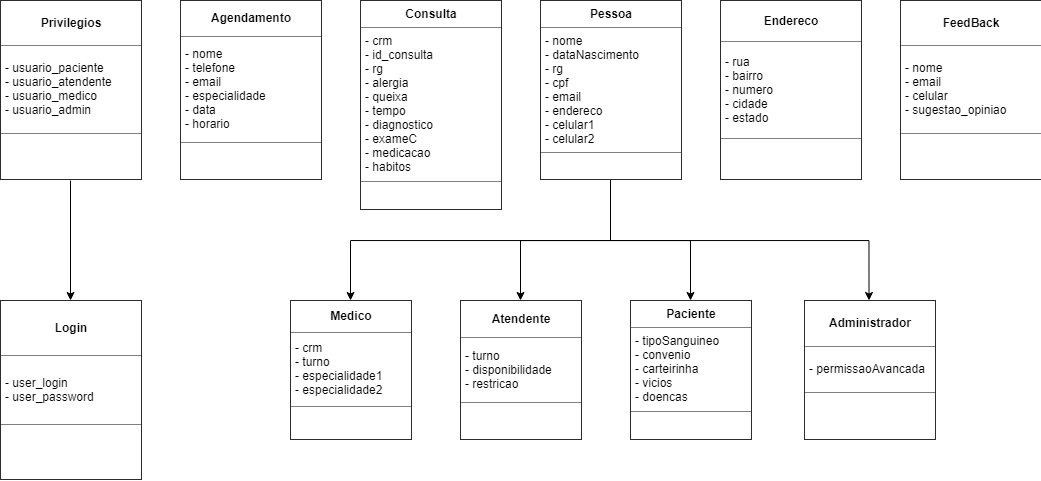
Above: Documentos/UML de Classes/Diagrama_Classes_UML.png in GabrielNogueiraBR/ClinCode-Sistema-para-Clinicas (draw.io), before the change. Source tidied: cells renumbered, new cells last; positions are measured from the earlier drawing's top-left corner, leaving out a move shared by most shapes. The source it was exported from:
```xml
<mxGraphModel>
  <root>
    <mxCell id="0" />
    <mxCell id="1" parent="0" />
    <mxCell id="2" style="edgeStyle=orthogonalEdgeStyle;rounded=0;jettySize=auto;html=1;exitX=0.5;exitY=1;exitDx=0;exitDy=0;entryX=0.5;entryY=0;entryDx=0;entryDy=0;" parent="1" edge="1" source="6" target="8">
      <mxGeometry relative="1" as="geometry" />
    </mxCell>
    <mxCell id="3" style="edgeStyle=orthogonalEdgeStyle;rounded=0;jettySize=auto;html=1;exitX=0.5;exitY=1;exitDx=0;exitDy=0;entryX=0.5;entryY=0;entryDx=0;entryDy=0;" parent="1" edge="1" source="6" target="7">
      <mxGeometry relative="1" as="geometry" />
    </mxCell>
    <mxCell id="4" style="edgeStyle=orthogonalEdgeStyle;rounded=0;jettySize=auto;html=1;exitX=0.5;exitY=1;exitDx=0;exitDy=0;entryX=0.5;entryY=0;entryDx=0;entryDy=0;" parent="1" edge="1" source="6" target="9">
      <mxGeometry relative="1" as="geometry" />
    </mxCell>
    <mxCell id="5" style="edgeStyle=orthogonalEdgeStyle;rounded=0;jettySize=auto;html=1;exitX=0.5;exitY=1;exitDx=0;exitDy=0;entryX=0.5;entryY=0;entryDx=0;entryDy=0;" parent="1" edge="1" source="6" target="10">
      <mxGeometry relative="1" as="geometry" />
    </mxCell>
    <mxCell id="6" value="&lt;table border=&quot;1&quot; width=&quot;100%&quot; cellpadding=&quot;4&quot; style=&quot;width: 100% ; height: 100% ; border-collapse: collapse&quot;&gt;&lt;tbody&gt;&lt;tr&gt;&lt;th align=&quot;center&quot;&gt;Pessoa&lt;/th&gt;&lt;/tr&gt;&lt;tr&gt;&lt;td&gt;- nome&lt;br&gt;- dataNascimento&lt;br&gt;- rg&lt;br&gt;- cpf&lt;br&gt;- email&lt;br&gt;- endereco&lt;br&gt;- celular1&lt;br&gt;- celular2&lt;/td&gt;&lt;/tr&gt;&lt;tr&gt;&lt;td align=&quot;center&quot;&gt;&lt;br&gt;&lt;/td&gt;&lt;/tr&gt;&lt;/tbody&gt;&lt;/table&gt;" style="text;html=1;strokeColor=none;fillColor=none;overflow=fill;" parent="1" vertex="1">
      <mxGeometry x="540" width="140" height="180" as="geometry" />
    </mxCell>
    <mxCell id="7" value="&lt;table border=&quot;1&quot; width=&quot;100%&quot; cellpadding=&quot;4&quot; style=&quot;width: 100% ; height: 100% ; border-collapse: collapse&quot;&gt;&lt;tbody&gt;&lt;tr&gt;&lt;th align=&quot;center&quot;&gt;Medico&lt;/th&gt;&lt;/tr&gt;&lt;tr&gt;&lt;td&gt;- crm&lt;br&gt;- turno&lt;br&gt;- especialidade1&lt;br&gt;- especialidade2&lt;/td&gt;&lt;/tr&gt;&lt;tr&gt;&lt;td align=&quot;center&quot;&gt;&lt;br&gt;&lt;/td&gt;&lt;/tr&gt;&lt;/tbody&gt;&lt;/table&gt;" style="text;html=1;strokeColor=none;fillColor=none;overflow=fill;" parent="1" vertex="1">
      <mxGeometry x="290" y="300" width="120" height="140" as="geometry" />
    </mxCell>
    <mxCell id="8" value="&lt;table border=&quot;1&quot; width=&quot;100%&quot; cellpadding=&quot;4&quot; style=&quot;width: 100% ; height: 100% ; border-collapse: collapse&quot;&gt;&lt;tbody&gt;&lt;tr&gt;&lt;th align=&quot;center&quot;&gt;Atendente&lt;/th&gt;&lt;/tr&gt;&lt;tr&gt;&lt;td&gt;- turno&lt;br&gt;- disponibilidade&lt;br&gt;- restricao&lt;br&gt;&lt;/td&gt;&lt;/tr&gt;&lt;tr&gt;&lt;td align=&quot;center&quot;&gt;&lt;br&gt;&lt;/td&gt;&lt;/tr&gt;&lt;/tbody&gt;&lt;/table&gt;" style="text;html=1;strokeColor=none;fillColor=none;overflow=fill;" parent="1" vertex="1">
      <mxGeometry x="460" y="300" width="120" height="140" as="geometry" />
    </mxCell>
    <mxCell id="9" value="&lt;table border=&quot;1&quot; width=&quot;100%&quot; cellpadding=&quot;4&quot; style=&quot;width: 100% ; height: 100% ; border-collapse: collapse&quot;&gt;&lt;tbody&gt;&lt;tr&gt;&lt;th align=&quot;center&quot;&gt;Paciente&lt;br&gt;&lt;/th&gt;&lt;/tr&gt;&lt;tr&gt;&lt;td&gt;- tipoSanguineo&lt;br&gt;- convenio&lt;br&gt;- carteirinha&lt;br&gt;- vicios&lt;br&gt;- doencas&lt;br&gt;&lt;/td&gt;&lt;/tr&gt;&lt;tr&gt;&lt;td align=&quot;center&quot;&gt;&lt;br&gt;&lt;/td&gt;&lt;/tr&gt;&lt;/tbody&gt;&lt;/table&gt;" style="text;html=1;strokeColor=none;fillColor=none;overflow=fill;" parent="1" vertex="1">
      <mxGeometry x="630" y="300" width="120" height="140" as="geometry" />
    </mxCell>
    <mxCell id="10" value="&lt;table border=&quot;1&quot; width=&quot;100%&quot; cellpadding=&quot;4&quot; style=&quot;width: 100% ; height: 100% ; border-collapse: collapse&quot;&gt;&lt;tbody&gt;&lt;tr&gt;&lt;th align=&quot;center&quot;&gt;Administrador&lt;br&gt;&lt;/th&gt;&lt;/tr&gt;&lt;tr&gt;&lt;td&gt;- permissaoAvancada&lt;br&gt;&lt;/td&gt;&lt;/tr&gt;&lt;tr&gt;&lt;td align=&quot;center&quot;&gt;&lt;br&gt;&lt;/td&gt;&lt;/tr&gt;&lt;/tbody&gt;&lt;/table&gt;" style="text;html=1;strokeColor=none;fillColor=none;overflow=fill;" parent="1" vertex="1">
      <mxGeometry x="803.5" y="300" width="130" height="140" as="geometry" />
    </mxCell>
    <mxCell id="11" value="&lt;table border=&quot;1&quot; width=&quot;100%&quot; cellpadding=&quot;4&quot; style=&quot;width: 100% ; height: 100% ; border-collapse: collapse&quot;&gt;&lt;tbody&gt;&lt;tr&gt;&lt;th align=&quot;center&quot;&gt;Agendamento&lt;/th&gt;&lt;/tr&gt;&lt;tr&gt;&lt;td&gt;- nome&lt;br&gt;- telefone&lt;br&gt;- email&lt;br&gt;- especialidade&lt;br&gt;- data&lt;br&gt;- horario&lt;/td&gt;&lt;/tr&gt;&lt;tr&gt;&lt;td align=&quot;center&quot;&gt;&lt;br&gt;&lt;/td&gt;&lt;/tr&gt;&lt;/tbody&gt;&lt;/table&gt;" style="text;html=1;strokeColor=none;fillColor=none;overflow=fill;" parent="1" vertex="1">
      <mxGeometry x="180" width="140" height="180" as="geometry" />
    </mxCell>
    <mxCell id="12" value="&lt;table border=&quot;1&quot; width=&quot;100%&quot; cellpadding=&quot;4&quot; style=&quot;width: 100% ; height: 100% ; border-collapse: collapse&quot;&gt;&lt;tbody&gt;&lt;tr&gt;&lt;th align=&quot;center&quot;&gt;Consulta&lt;/th&gt;&lt;/tr&gt;&lt;tr&gt;&lt;td&gt;- crm&lt;br&gt;- id_consulta&lt;br&gt;- rg&lt;br&gt;- alergia&lt;br&gt;- queixa&lt;br&gt;- tempo&lt;br&gt;- diagnostico&lt;br&gt;- exameC&lt;br&gt;- medicacao&lt;br&gt;- habitos&lt;/td&gt;&lt;/tr&gt;&lt;tr&gt;&lt;td align=&quot;center&quot;&gt;&lt;br&gt;&lt;/td&gt;&lt;/tr&gt;&lt;/tbody&gt;&lt;/table&gt;" style="text;html=1;strokeColor=none;fillColor=none;overflow=fill;" parent="1" vertex="1">
      <mxGeometry x="360" width="140" height="210" as="geometry" />
    </mxCell>
    <mxCell id="13" value="&lt;table border=&quot;1&quot; width=&quot;100%&quot; cellpadding=&quot;4&quot; style=&quot;width: 100% ; height: 100% ; border-collapse: collapse&quot;&gt;&lt;tbody&gt;&lt;tr&gt;&lt;th align=&quot;center&quot;&gt;Endereco&lt;/th&gt;&lt;/tr&gt;&lt;tr&gt;&lt;td&gt;- rua&lt;br&gt;- bairro&lt;br&gt;- numero&lt;br&gt;- cidade&lt;br&gt;- estado&lt;br&gt;&lt;/td&gt;&lt;/tr&gt;&lt;tr&gt;&lt;td align=&quot;center&quot;&gt;&lt;br&gt;&lt;/td&gt;&lt;/tr&gt;&lt;/tbody&gt;&lt;/table&gt;" style="text;html=1;strokeColor=none;fillColor=none;overflow=fill;" parent="1" vertex="1">
      <mxGeometry x="720" width="140" height="180" as="geometry" />
    </mxCell>
    <mxCell id="14" value="&lt;table border=&quot;1&quot; width=&quot;100%&quot; cellpadding=&quot;4&quot; style=&quot;width: 100% ; height: 100% ; border-collapse: collapse&quot;&gt;&lt;tbody&gt;&lt;tr&gt;&lt;th align=&quot;center&quot;&gt;FeedBack&lt;/th&gt;&lt;/tr&gt;&lt;tr&gt;&lt;td&gt;- nome&lt;br&gt;- email&lt;br&gt;- celular&lt;br&gt;- sugestao_opiniao&lt;/td&gt;&lt;/tr&gt;&lt;tr&gt;&lt;td align=&quot;center&quot;&gt;&lt;br&gt;&lt;/td&gt;&lt;/tr&gt;&lt;/tbody&gt;&lt;/table&gt;" style="text;html=1;strokeColor=none;fillColor=none;overflow=fill;" parent="1" vertex="1">
      <mxGeometry x="900" width="140" height="180" as="geometry" />
    </mxCell>
    <mxCell id="15" style="edgeStyle=orthogonalEdgeStyle;rounded=0;jettySize=auto;html=1;exitX=0.5;exitY=1;exitDx=0;exitDy=0;entryX=0.5;entryY=0;entryDx=0;entryDy=0;" parent="1" edge="1" source="16" target="17">
      <mxGeometry relative="1" as="geometry" />
    </mxCell>
    <mxCell id="16" value="&lt;table border=&quot;1&quot; width=&quot;100%&quot; cellpadding=&quot;4&quot; style=&quot;width: 100% ; height: 100% ; border-collapse: collapse&quot;&gt;&lt;tbody&gt;&lt;tr&gt;&lt;th align=&quot;center&quot;&gt;Privilegios&lt;/th&gt;&lt;/tr&gt;&lt;tr&gt;&lt;td&gt;- usuario_paciente&lt;br&gt;- usuario_atendente&lt;br&gt;- usuario_medico&lt;br&gt;- usuario_admin&lt;/td&gt;&lt;/tr&gt;&lt;tr&gt;&lt;td align=&quot;center&quot;&gt;&lt;br&gt;&lt;/td&gt;&lt;/tr&gt;&lt;/tbody&gt;&lt;/table&gt;" style="text;html=1;strokeColor=none;fillColor=none;overflow=fill;" parent="1" vertex="1">
      <mxGeometry width="140" height="180" as="geometry" />
    </mxCell>
    <mxCell id="17" value="&lt;table border=&quot;1&quot; width=&quot;100%&quot; cellpadding=&quot;4&quot; style=&quot;width: 100% ; height: 100% ; border-collapse: collapse&quot;&gt;&lt;tbody&gt;&lt;tr&gt;&lt;th align=&quot;center&quot;&gt;Login&lt;/th&gt;&lt;/tr&gt;&lt;tr&gt;&lt;td&gt;- user_login&lt;br&gt;- user_password&lt;/td&gt;&lt;/tr&gt;&lt;tr&gt;&lt;td align=&quot;center&quot;&gt;&lt;br&gt;&lt;/td&gt;&lt;/tr&gt;&lt;/tbody&gt;&lt;/table&gt;" style="text;html=1;strokeColor=none;fillColor=none;overflow=fill;" parent="1" vertex="1">
      <mxGeometry y="300" width="140" height="180" as="geometry" />
    </mxCell>
  </root>
</mxGraphModel>
```
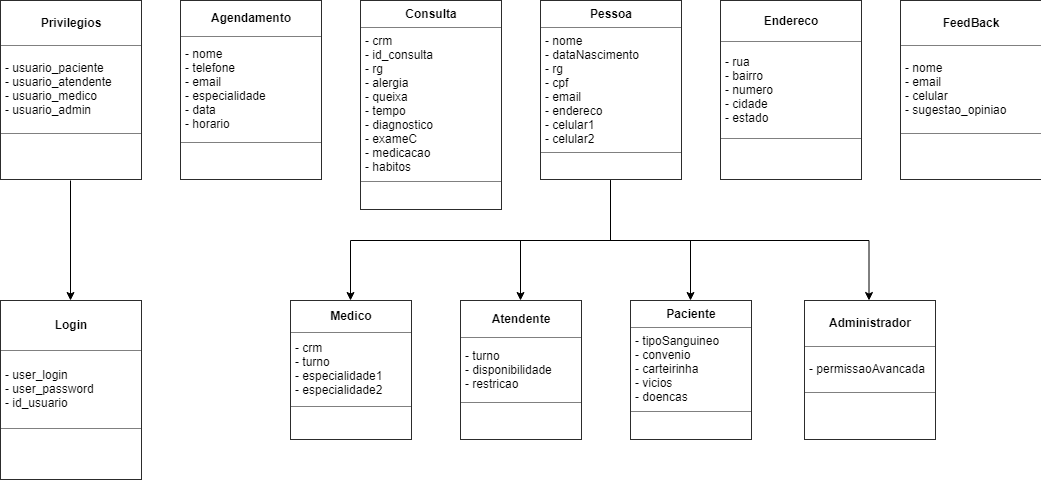
Later version of the same file.

Commit message:
Atualização Diagrama de Classes

Change to the diagram source:
```diff
@@ -47,7 +47,7 @@
     <mxCell id="16" value="&lt;table border=&quot;1&quot; width=&quot;100%&quot; cellpadding=&quot;4&quot; style=&quot;width: 100% ; height: 100% ; border-collapse: collapse&quot;&gt;&lt;tbody&gt;&lt;tr&gt;&lt;th align=&quot;center&quot;&gt;Privilegios&lt;/th&gt;&lt;/tr&gt;&lt;tr&gt;&lt;td&gt;- usuario_paciente&lt;br&gt;- usuario_atendente&lt;br&gt;- usuario_medico&lt;br&gt;- usuario_admin&lt;/td&gt;&lt;/tr&gt;&lt;tr&gt;&lt;td align=&quot;center&quot;&gt;&lt;br&gt;&lt;/td&gt;&lt;/tr&gt;&lt;/tbody&gt;&lt;/table&gt;" style="text;html=1;strokeColor=none;fillColor=none;overflow=fill;" parent="1" vertex="1">
       <mxGeometry width="140" height="180" as="geometry" />
     </mxCell>
-    <mxCell id="17" value="&lt;table border=&quot;1&quot; width=&quot;100%&quot; cellpadding=&quot;4&quot; style=&quot;width: 100% ; height: 100% ; border-collapse: collapse&quot;&gt;&lt;tbody&gt;&lt;tr&gt;&lt;th align=&quot;center&quot;&gt;Login&lt;/th&gt;&lt;/tr&gt;&lt;tr&gt;&lt;td&gt;- user_login&lt;br&gt;- user_password&lt;/td&gt;&lt;/tr&gt;&lt;tr&gt;&lt;td align=&quot;center&quot;&gt;&lt;br&gt;&lt;/td&gt;&lt;/tr&gt;&lt;/tbody&gt;&lt;/table&gt;" style="text;html=1;strokeColor=none;fillColor=none;overflow=fill;" parent="1" vertex="1">
+    <mxCell id="17" value="&lt;table border=&quot;1&quot; width=&quot;100%&quot; cellpadding=&quot;4&quot; style=&quot;width: 100% ; height: 100% ; border-collapse: collapse&quot;&gt;&lt;tbody&gt;&lt;tr&gt;&lt;th align=&quot;center&quot;&gt;Login&lt;/th&gt;&lt;/tr&gt;&lt;tr&gt;&lt;td&gt;- user_login&lt;br&gt;- user_password&lt;br&gt;- id_usuario&lt;/td&gt;&lt;/tr&gt;&lt;tr&gt;&lt;td align=&quot;center&quot;&gt;&lt;br&gt;&lt;/td&gt;&lt;/tr&gt;&lt;/tbody&gt;&lt;/table&gt;" style="text;html=1;strokeColor=none;fillColor=none;overflow=fill;" parent="1" vertex="1">
       <mxGeometry y="300" width="140" height="180" as="geometry" />
     </mxCell>
   </root>
```
